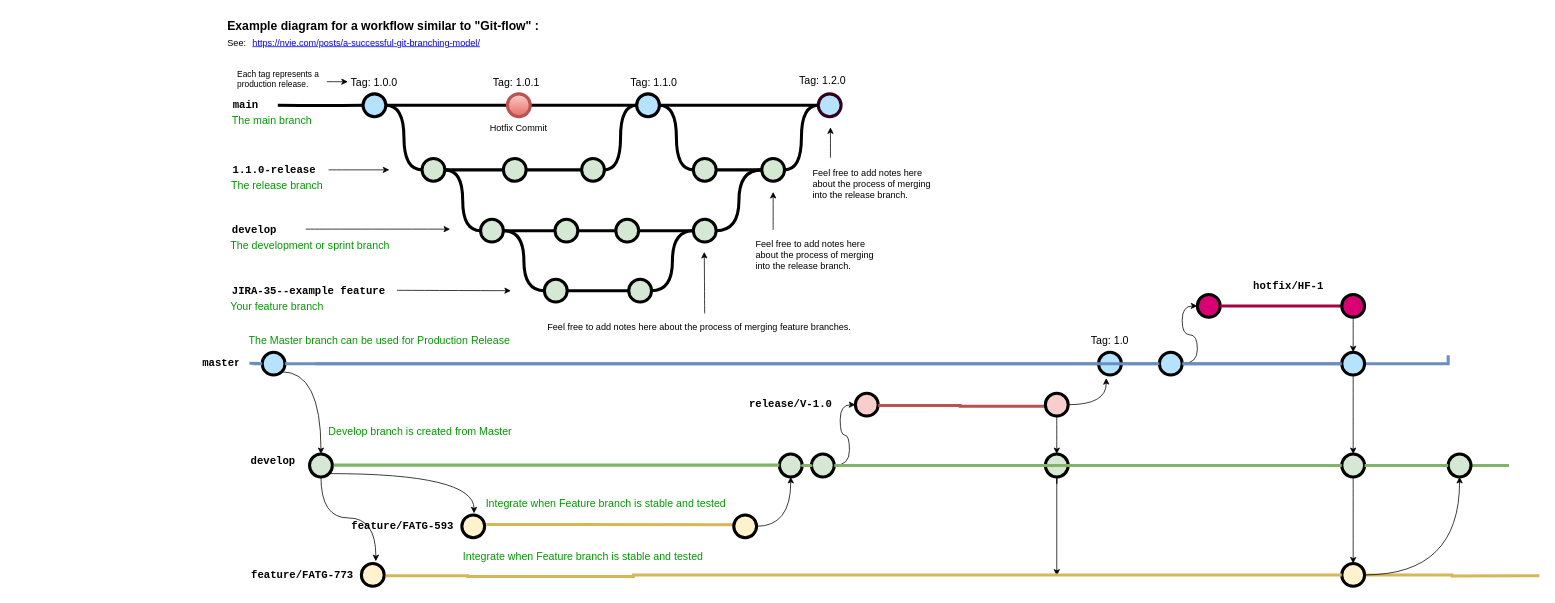
devenparab/draw.io keeps this draw.io diagram as Untitled Diagram.drawio. Above is the earlier version. Source tidied: cells renumbered, new cells numbered last; positions are measured from the earlier drawing's top-left corner, leaving out a move shared by most shapes. Both pictures are drawn from the tidied source at 76%, with x=0, y=0 at pixel (201, 13).
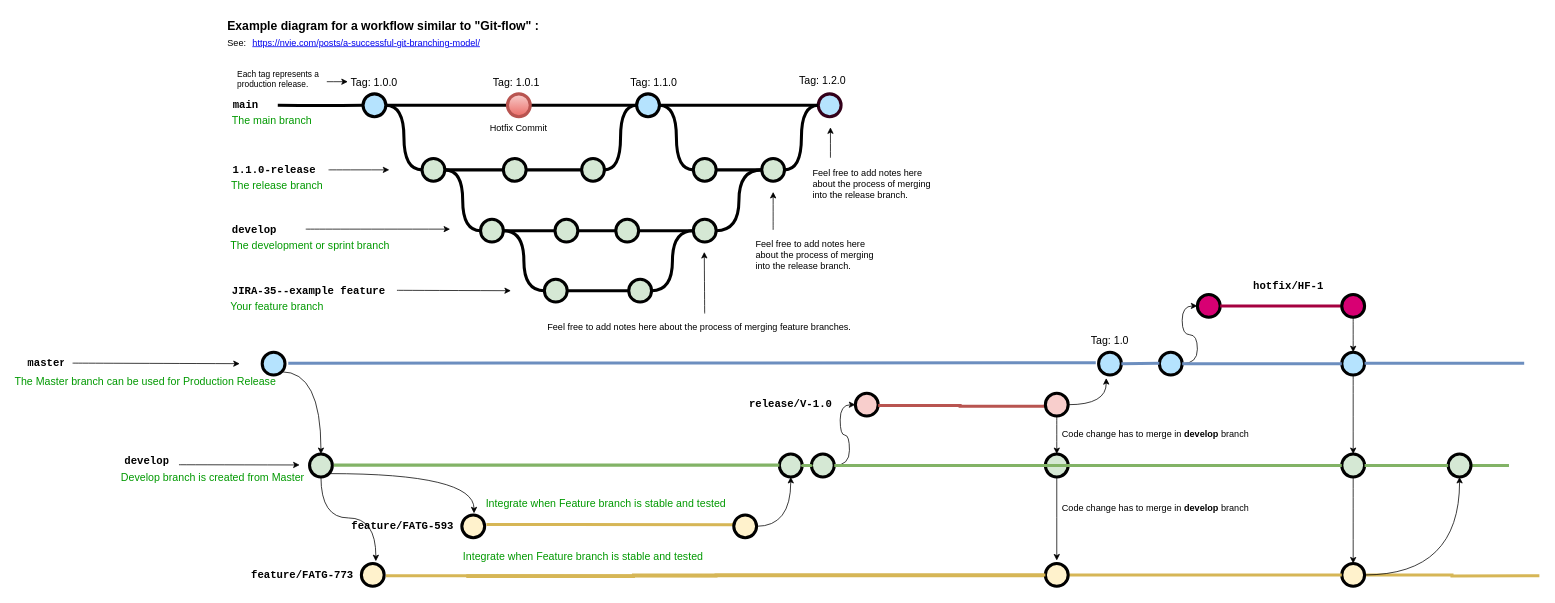
The same page after the edit.

Unchanged cells that the change refers to:
```xml
<mxCell id="71" style="verticalLabelPosition=bottom;verticalAlign=top;html=1;strokeWidth=4;shape=mxgraph.flowchart.on-page_reference;plain-blue;gradientColor=none;fillColor=#B5E3Fe;strokeColor=#000000;" parent="1" vertex="1">
  <mxGeometry x="79.5" y="446" width="30" height="30" as="geometry" />
</mxCell>
<mxCell id="97" style="verticalLabelPosition=bottom;verticalAlign=top;html=1;strokeWidth=4;shape=mxgraph.flowchart.on-page_reference;plain-blue;gradientColor=none;fillColor=#B5E3Fe;strokeColor=#000000;" parent="1" vertex="1">
  <mxGeometry x="1180" y="446" width="30" height="30" as="geometry" />
</mxCell>
<mxCell id="100" style="verticalLabelPosition=bottom;verticalAlign=top;html=1;strokeWidth=4;shape=mxgraph.flowchart.on-page_reference;plain-purple;gradientColor=none;strokeColor=#000000;fillColor=#D5E8D4;" parent="1" vertex="1">
  <mxGeometry x="1110" y="580" width="30" height="30" as="geometry" />
</mxCell>
<mxCell id="102" style="verticalLabelPosition=bottom;verticalAlign=top;html=1;strokeWidth=4;shape=mxgraph.flowchart.on-page_reference;plain-blue;gradientColor=none;fillColor=#B5E3Fe;strokeColor=#000000;" parent="1" vertex="1">
  <mxGeometry x="1260" y="446" width="30" height="30" as="geometry" />
</mxCell>
<mxCell id="110" style="verticalLabelPosition=bottom;verticalAlign=top;html=1;strokeWidth=4;shape=mxgraph.flowchart.on-page_reference;plain-blue;gradientColor=none;fillColor=#B5E3Fe;strokeColor=#000000;" parent="1" vertex="1">
  <mxGeometry x="1500" y="446" width="30" height="30" as="geometry" />
</mxCell>
<mxCell id="116" style="verticalLabelPosition=bottom;verticalAlign=top;html=1;strokeWidth=4;shape=mxgraph.flowchart.on-page_reference;strokeColor=#000000;fillColor=#fff2cc;" parent="1" vertex="1">
  <mxGeometry x="1500" y="724" width="30" height="30" as="geometry" />
</mxCell>
```

Change to the diagram source:
```diff
@@
     <mxCell id="63" value="master" style="text;html=1;strokeColor=none;fillColor=none;align=center;verticalAlign=middle;whiteSpace=wrap;overflow=hidden;fontSize=14;fontStyle=1;fontFamily=Courier New;" parent="1" vertex="1">
-      <mxGeometry y="440" width="50" height="42" as="geometry" />
+      <mxGeometry x="-230" y="440" width="50" height="42" as="geometry" />
     </mxCell>
-    <mxCell id="64" style="edgeStyle=orthogonalEdgeStyle;rounded=0;html=1;jettySize=auto;strokeWidth=4;endArrow=none;endFill=0;startArrow=none;fillColor=#dae8fc;strokeColor=#6c8ebf;" parent="1" edge="1" source="110">
-      <mxGeometry x="155" y="550.5" as="geometry">
-        <mxPoint x="1640" y="450" as="targetPoint" />
-        <Array as="points">
-          <mxPoint x="150" y="461" />
-          <mxPoint x="150" y="461" />
-        </Array>
-      </mxGeometry>
-    </mxCell>
-    <mxCell id="65" value="The Master branch can be used for Production Release&amp;nbsp;" style="text;html=1;strokeColor=none;fillColor=none;align=left;verticalAlign=middle;whiteSpace=wrap;overflow=hidden;fontSize=14;fontStyle=0;fontColor=#009900;" parent="1" vertex="1">
-      <mxGeometry x="60" y="420" width="390" height="20" as="geometry" />
-    </mxCell>
@@
-    <mxCell id="72" style="edgeStyle=orthogonalEdgeStyle;rounded=0;html=1;jettySize=auto;strokeWidth=4;endArrow=none;endFill=0;curved=1;fillColor=#dae8fc;strokeColor=#6c8ebf;" parent="1" edge="1" target="71">
-      <mxGeometry x="155" y="550.5" as="geometry">
-        <mxPoint x="62.8" y="460.5" as="sourcePoint" />
-      </mxGeometry>
-    </mxCell>
-    <mxCell id="73" value="Develop branch is created from Master&amp;nbsp;" style="text;html=1;strokeColor=none;fillColor=none;align=left;verticalAlign=middle;whiteSpace=wrap;overflow=hidden;fontSize=14;fontStyle=0;fontColor=#009900;" parent="1" vertex="1">
-      <mxGeometry x="164.5" y="540" width="265.2" height="20" as="geometry" />
-    </mxCell>
     <mxCell id="74" value="develop" style="text;html=1;strokeColor=none;fillColor=none;align=center;verticalAlign=middle;whiteSpace=wrap;overflow=hidden;fontSize=14;fontStyle=1;fontFamily=Courier New;" parent="1" vertex="1">
-      <mxGeometry x="58.2" y="568" width="71.8" height="42" as="geometry" />
+      <mxGeometry x="-107.6" y="568" width="71.8" height="42" as="geometry" />
     </mxCell>
@@
-    <mxCell id="94" style="edgeStyle=orthogonalEdgeStyle;curved=1;jettySize=auto;html=1;startArrow=none;" parent="1" edge="1" source="100">
-      <mxGeometry relative="1" as="geometry">
-        <mxPoint x="1125" y="600" as="targetPoint" />
-      </mxGeometry>
-    </mxCell>
@@
-    <mxCell id="99" style="edgeStyle=orthogonalEdgeStyle;curved=1;jettySize=auto;html=1;" parent="1" edge="1" source="100">
-      <mxGeometry relative="1" as="geometry">
-        <mxPoint x="1125" y="740" as="targetPoint" />
-      </mxGeometry>
-    </mxCell>
+    <mxCell id="120" style="edgeStyle=orthogonalEdgeStyle;curved=1;jettySize=auto;html=1;" parent="1" edge="1" source="100">
+      <mxGeometry relative="1" as="geometry">
+        <mxPoint x="1125" y="720" as="targetPoint" />
+      </mxGeometry>
+    </mxCell>
@@
-    <mxCell id="103" style="edgeStyle=orthogonalEdgeStyle;rounded=0;html=1;jettySize=auto;strokeWidth=4;endArrow=none;endFill=0;startArrow=none;fillColor=#dae8fc;strokeColor=#6c8ebf;" parent="1" edge="1" source="71" target="102">
-      <mxGeometry x="155" y="550.5" as="geometry" />
-    </mxCell>
@@
-    <mxCell id="117" style="edgeStyle=orthogonalEdgeStyle;rounded=0;html=1;jettySize=auto;strokeWidth=4;endArrow=none;endFill=0;startArrow=none;fillColor=#fff2cc;strokeColor=#d6b656;" parent="1" edge="1" target="116">
+    <mxCell id="117" style="edgeStyle=orthogonalEdgeStyle;rounded=0;html=1;jettySize=auto;strokeWidth=4;endArrow=none;endFill=0;startArrow=none;fillColor=#fff2cc;strokeColor=#d6b656;" parent="1" edge="1" source="123" target="116">
       <mxGeometry x="190" y="834" as="geometry">
-        <mxPoint x="242.2" y="740" as="sourcePoint" />
         <Array as="points">
           <mxPoint x="350" y="740" />
           <mxPoint x="350" y="741" />
           <mxPoint x="568" y="741" />
         </Array>
       </mxGeometry>
     </mxCell>
@@
+    <mxCell id="73" value="Develop branch is created from Master&amp;nbsp;" style="text;html=1;strokeColor=none;fillColor=none;align=left;verticalAlign=middle;whiteSpace=wrap;overflow=hidden;fontSize=14;fontStyle=0;fontColor=#009900;" parent="1" vertex="1">
+      <mxGeometry x="-107.6" y="600" width="265.2" height="20" as="geometry" />
+    </mxCell>
+    <mxCell id="121" style="endArrow=classic;html=1;strokeWidth=1;fontFamily=Courier New;fontColor=#009900;curved=1;" parent="1" edge="1">
+      <mxGeometry relative="1" as="geometry">
+        <mxPoint x="-30" y="594" as="sourcePoint" />
+        <mxPoint x="128.8" y="594.3" as="targetPoint" />
+      </mxGeometry>
+    </mxCell>
+    <mxCell id="65" value="The Master branch can be used for Production Release&amp;nbsp;" style="text;html=1;strokeColor=none;fillColor=none;align=left;verticalAlign=middle;whiteSpace=wrap;overflow=hidden;fontSize=14;fontStyle=0;fontColor=#009900;" parent="1" vertex="1">
+      <mxGeometry x="-248.2" y="474" width="390" height="20" as="geometry" />
+    </mxCell>
+    <mxCell id="122" style="endArrow=classic;html=1;strokeWidth=1;fontFamily=Courier New;fontColor=#009900;curved=1;" parent="1" edge="1">
+      <mxGeometry relative="1" as="geometry">
+        <mxPoint x="-170" y="460.3" as="sourcePoint" />
+        <mxPoint x="50" y="461" as="targetPoint" />
+      </mxGeometry>
+    </mxCell>
+    <mxCell id="123" style="verticalLabelPosition=bottom;verticalAlign=top;html=1;strokeWidth=4;shape=mxgraph.flowchart.on-page_reference;strokeColor=#000000;fillColor=#fff2cc;" parent="1" vertex="1">
+      <mxGeometry x="1110" y="724" width="30" height="30" as="geometry" />
+    </mxCell>
+    <mxCell id="124" style="edgeStyle=orthogonalEdgeStyle;rounded=0;html=1;jettySize=auto;strokeWidth=4;endArrow=none;endFill=0;startArrow=none;fillColor=#fff2cc;strokeColor=#d6b656;" parent="1" edge="1" target="123">
+      <mxGeometry x="190" y="834" as="geometry">
+        <mxPoint x="242.2" y="740" as="sourcePoint" />
+      </mxGeometry>
+    </mxCell>
+    <mxCell id="125" value="&lt;div&gt;Code change has to merge in &lt;b&gt;develop &lt;/b&gt;branch&lt;/div&gt;" style="text;html=1;strokeColor=none;fillColor=none;align=left;verticalAlign=middle;whiteSpace=wrap;overflow=hidden;fontSize=12;fontStyle=0;fontColor=#000000;" parent="1" vertex="1">
+      <mxGeometry x="1130" y="536" width="418.2" height="36" as="geometry" />
+    </mxCell>
+    <mxCell id="126" value="&lt;div&gt;Code change has to merge in &lt;b&gt;develop &lt;/b&gt;branch&lt;/div&gt;" style="text;html=1;strokeColor=none;fillColor=none;align=left;verticalAlign=middle;whiteSpace=wrap;overflow=hidden;fontSize=12;fontStyle=0;fontColor=#000000;" parent="1" vertex="1">
+      <mxGeometry x="1130" y="634" width="418.2" height="36" as="geometry" />
+    </mxCell>
+    <mxCell id="127" style="edgeStyle=orthogonalEdgeStyle;rounded=0;html=1;jettySize=auto;strokeWidth=4;endArrow=none;endFill=0;curved=1;fillColor=#dae8fc;strokeColor=#6c8ebf;entryX=-0.122;entryY=0.459;entryDx=0;entryDy=0;entryPerimeter=0;" parent="1" edge="1" target="97">
+      <mxGeometry x="206" y="550.4" as="geometry">
+        <mxPoint x="113.8" y="460.4" as="sourcePoint" />
+        <Array as="points">
+          <mxPoint x="201" y="460" />
+        </Array>
+      </mxGeometry>
+    </mxCell>
+    <mxCell id="128" style="edgeStyle=orthogonalEdgeStyle;rounded=0;html=1;jettySize=auto;strokeWidth=4;endArrow=none;endFill=0;startArrow=none;fillColor=#dae8fc;strokeColor=#6c8ebf;exitX=1;exitY=0.5;exitDx=0;exitDy=0;exitPerimeter=0;" parent="1" edge="1" source="97">
+      <mxGeometry x="65" y="550" as="geometry">
+        <mxPoint x="1260" y="460.5" as="targetPoint" />
+      </mxGeometry>
+    </mxCell>
+    <mxCell id="129" style="edgeStyle=orthogonalEdgeStyle;rounded=0;html=1;jettySize=auto;orthogonalLoop=1;strokeWidth=4;endArrow=none;endFill=0;startArrow=none;fillColor=#dae8fc;strokeColor=#6c8ebf;" parent="1" edge="1">
+      <mxGeometry x="395" y="549.9" as="geometry">
+        <mxPoint x="1530" y="460.4" as="sourcePoint" />
+        <mxPoint x="1740" y="460.4" as="targetPoint" />
+      </mxGeometry>
+    </mxCell>
```
